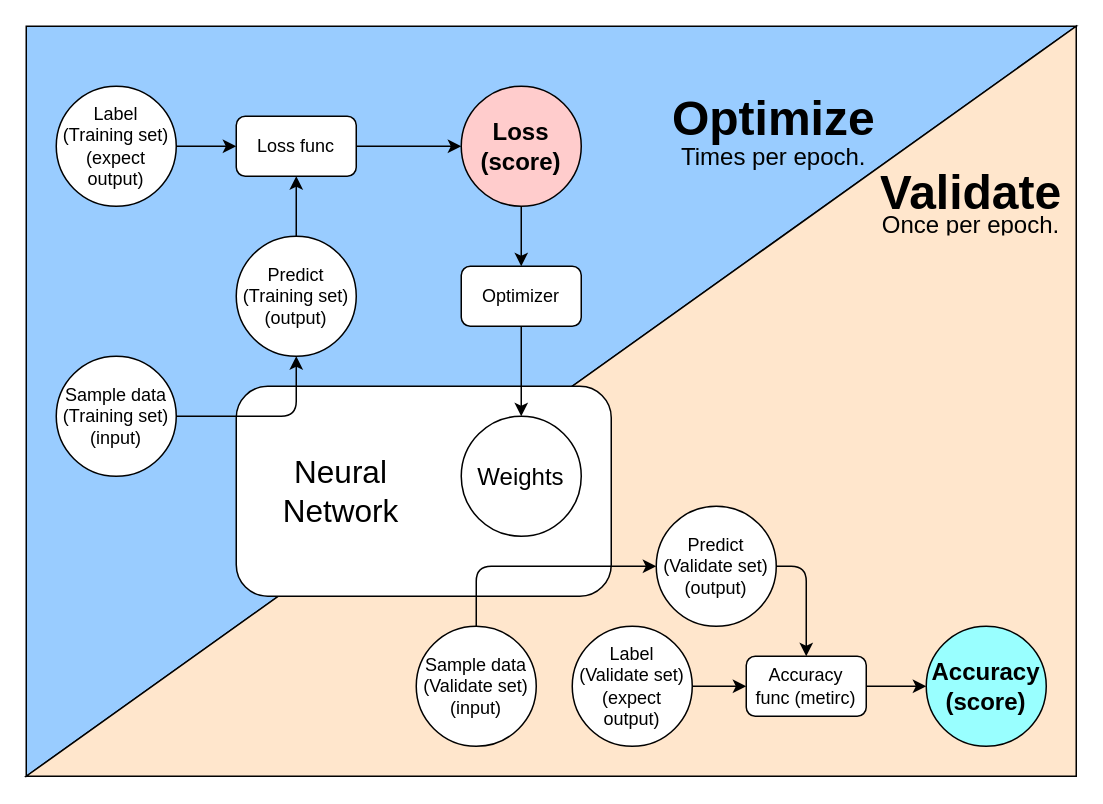
Above: MachineLearning/diagram/training_process.drawio in danteliujie/audioFrameWork (draw.io), before the change. Source tidied: cells renumbered, new cells numbered last; positions are measured from the earlier drawing's top-left corner, leaving out a move shared by most shapes. Both pictures are drawn from the tidied source at 150%, with x=0, y=0 at pixel (26, 26).
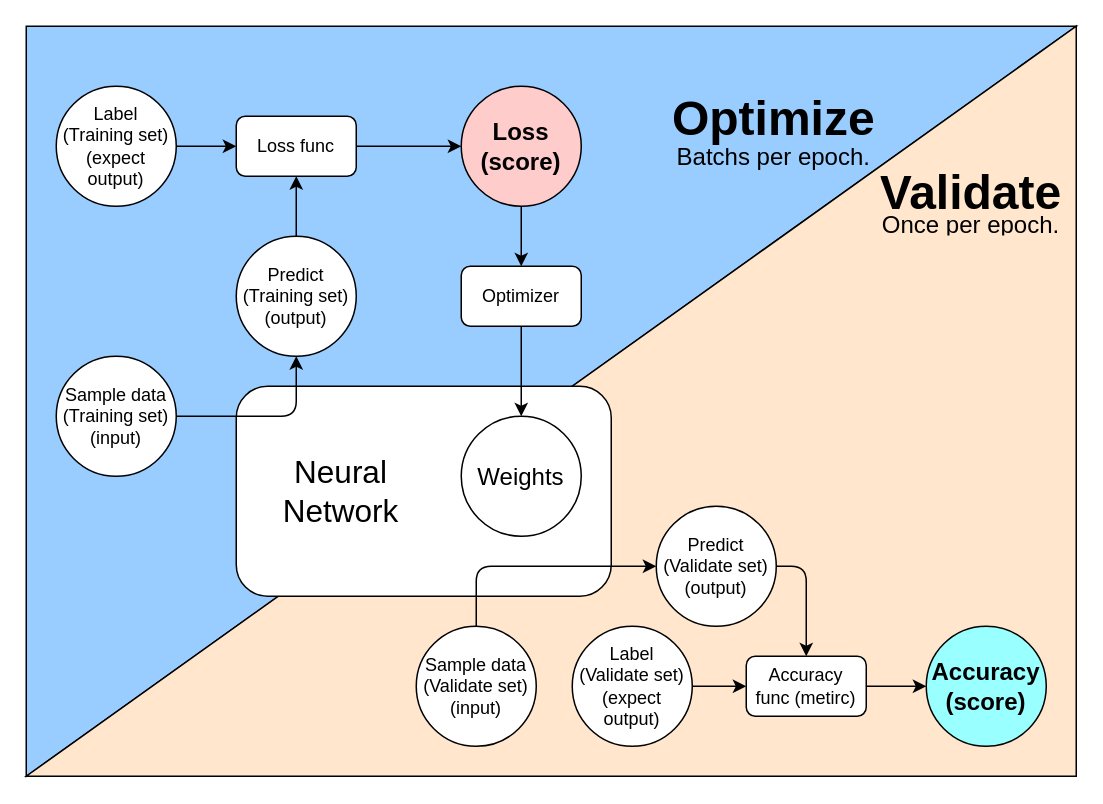
The same page after the edit.

Diff of the diagram source:
```diff
@@
-    <mxCell id="29" value="&lt;h1 style=&quot;line-height: 10%&quot;&gt;Optimize&lt;/h1&gt;&lt;p style=&quot;line-height: 20%&quot;&gt;Times per epoch.&lt;/p&gt;" style="text;html=1;strokeColor=none;fillColor=none;spacing=5;spacingTop=-20;whiteSpace=wrap;overflow=hidden;rounded=0;fontSize=16;align=center;" parent="1" vertex="1">
+    <mxCell id="29" value="&lt;h1 style=&quot;line-height: 10%&quot;&gt;Optimize&lt;/h1&gt;&lt;p style=&quot;line-height: 20%&quot;&gt;Batchs per epoch.&lt;/p&gt;" style="text;html=1;strokeColor=none;fillColor=none;spacing=5;spacingTop=-20;whiteSpace=wrap;overflow=hidden;rounded=0;fontSize=16;align=center;" parent="1" vertex="1">
       <mxGeometry x="420" y="50" width="157" height="50" as="geometry" />
     </mxCell>
```
